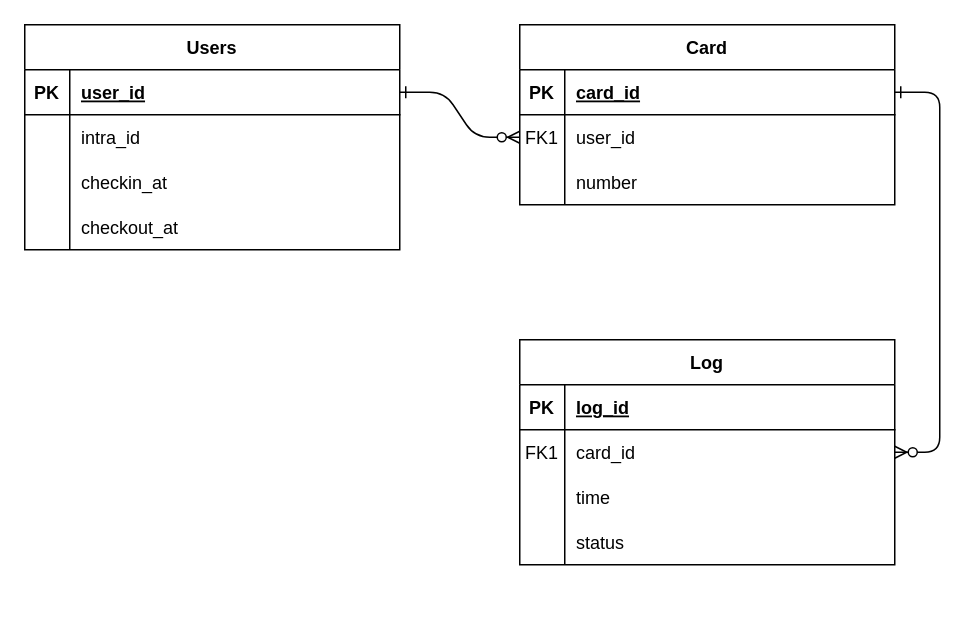
Before: Untitled Diagram.drawio in Feedbaek/toy_project, a draw.io diagram. Source tidied: cells renumbered, new cells numbered last; positions are measured from the earlier drawing's top-left corner, leaving out a move shared by most shapes. Both pictures are drawn from the tidied source at 150%, with x=0, y=0 at pixel (24, 24).
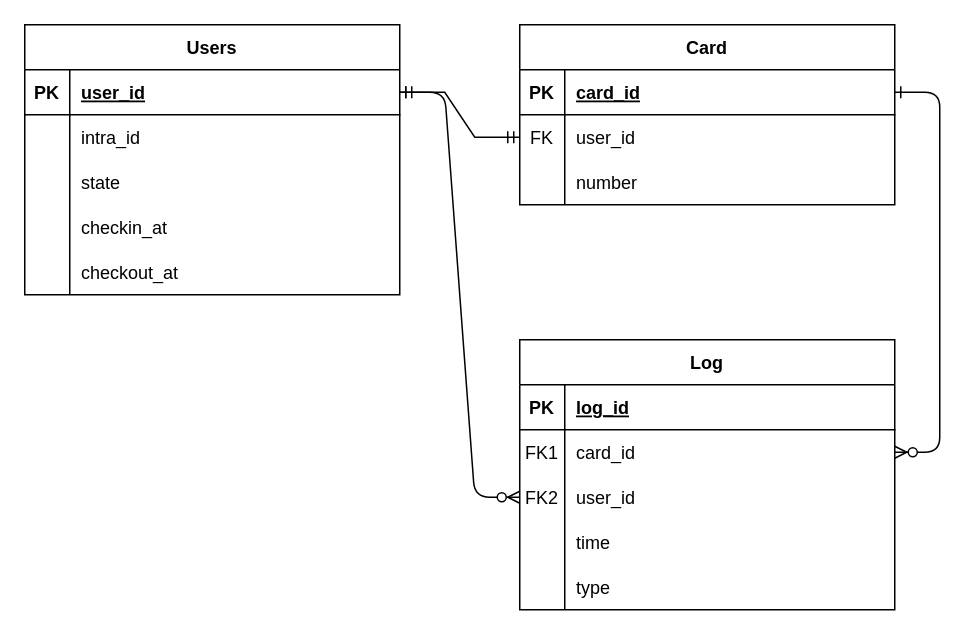
After the change.

Unchanged cells that the change refers to:
```xml
<mxCell id="8" style="shape=partialRectangle;fillColor=none;points=[[0,0.5],[1,0.5]];portConstraint=eastwest;top=0;left=0;right=0;bottom=0;" parent="4" vertex="1">
  <mxGeometry y="60" width="250" height="30" as="geometry" />
</mxCell>
<mxCell id="28" style="shape=partialRectangle;fillColor=none;points=[[0,0.5],[1,0.5]];portConstraint=eastwest;top=0;left=0;right=0;bottom=1;" parent="27" vertex="1">
  <mxGeometry y="30" width="250" height="30" as="geometry" />
</mxCell>
```

Diff of the diagram source:
```diff
@@
-    <mxCell id="2" style="edgeStyle=entityRelationEdgeStyle;endArrow=ERzeroToMany;startArrow=ERone;endFill=1;startFill=0;" parent="1" edge="1" source="28" target="8">
-      <mxGeometry relative="1" as="geometry" />
-    </mxCell>
@@
-    <mxCell id="9" value="FK1" style="shape=partialRectangle;overflow=hidden;fillColor=none;top=0;left=0;bottom=0;right=0;" parent="8" vertex="1">
+    <mxCell id="9" value="FK" style="shape=partialRectangle;overflow=hidden;fillColor=none;top=0;left=0;bottom=0;right=0;" parent="8" vertex="1">
       <mxGeometry width="30" height="30" as="geometry" />
     </mxCell>
@@
     <mxCell id="14" value="Log" style="shape=table;startSize=30;childLayout=tableLayout;rowLines=0;fontStyle=1;align=center;" parent="1" vertex="1">
-      <mxGeometry x="330" y="210" width="250" height="150" as="geometry" />
+      <mxGeometry x="330" y="210" width="250" height="180" as="geometry" />
     </mxCell>
@@
+    <mxCell id="40" style="shape=partialRectangle;fillColor=none;top=0;left=0;bottom=0;right=0;points=[[0,0.5],[1,0.5]];portConstraint=eastwest;strokeColor=default;" parent="14" vertex="1">
+      <mxGeometry y="90" width="250" height="30" as="geometry" />
+    </mxCell>
+    <mxCell id="41" value="FK2" style="shape=partialRectangle;fillColor=none;top=0;left=0;bottom=0;right=0;fontStyle=0;overflow=hidden;strokeColor=default;" parent="40" vertex="1">
+      <mxGeometry width="30" height="30" as="geometry" />
+    </mxCell>
+    <mxCell id="42" value="user_id" style="shape=partialRectangle;fillColor=none;top=0;left=0;bottom=0;right=0;align=left;spacingLeft=6;fontStyle=0;overflow=hidden;strokeColor=default;" parent="40" vertex="1">
+      <mxGeometry x="30" width="220" height="30" as="geometry" />
+    </mxCell>
     <mxCell id="21" style="shape=partialRectangle;fillColor=none;top=0;left=0;right=0;bottom=0;" parent="14" vertex="1">
-      <mxGeometry y="90" width="250" height="30" as="geometry" />
+      <mxGeometry y="120" width="250" height="30" as="geometry" />
     </mxCell>
@@
     <mxCell id="24" style="shape=partialRectangle;fillColor=none;top=0;left=0;bottom=0;right=0;strokeColor=default;" parent="14" vertex="1">
-      <mxGeometry y="120" width="250" height="30" as="geometry" />
+      <mxGeometry y="150" width="250" height="30" as="geometry" />
     </mxCell>
@@
-    <mxCell id="26" value="status" style="shape=partialRectangle;fillColor=none;top=0;left=0;bottom=0;right=0;align=left;spacingLeft=6;overflow=hidden;strokeColor=default;" parent="24" vertex="1">
+    <mxCell id="26" value="type" style="shape=partialRectangle;fillColor=none;top=0;left=0;bottom=0;right=0;align=left;spacingLeft=6;overflow=hidden;strokeColor=default;" parent="24" vertex="1">
       <mxGeometry x="30" width="220" height="30" as="geometry" />
     </mxCell>
     <mxCell id="27" value="Users" style="shape=table;startSize=30;childLayout=tableLayout;rowLines=0;fontStyle=1;align=center;strokeColor=default;" parent="1" vertex="1">
-      <mxGeometry width="250" height="150" as="geometry" />
+      <mxGeometry width="250" height="180" as="geometry" />
     </mxCell>
@@
+    <mxCell id="43" style="shape=partialRectangle;fillColor=none;top=0;left=0;bottom=0;right=0;strokeColor=default;" parent="27" vertex="1">
+      <mxGeometry y="90" width="250" height="30" as="geometry" />
+    </mxCell>
+    <mxCell id="44" style="shape=partialRectangle;fillColor=none;top=0;left=0;bottom=0;right=0;overflow=hidden;strokeColor=default;" parent="43" vertex="1">
+      <mxGeometry width="30" height="30" as="geometry" />
+    </mxCell>
+    <mxCell id="45" value="state" style="shape=partialRectangle;fillColor=none;top=0;left=0;bottom=0;right=0;align=left;spacingLeft=6;overflow=hidden;strokeColor=default;" parent="43" vertex="1">
+      <mxGeometry x="30" width="220" height="30" as="geometry" />
+    </mxCell>
     <mxCell id="34" style="shape=partialRectangle;fillColor=none;top=0;left=0;bottom=0;right=0;strokeColor=default;" parent="27" vertex="1">
-      <mxGeometry y="90" width="250" height="30" as="geometry" />
+      <mxGeometry y="120" width="250" height="30" as="geometry" />
     </mxCell>
@@
     <mxCell id="37" style="shape=partialRectangle;fillColor=none;top=0;left=0;bottom=0;right=0;strokeColor=default;" parent="27" vertex="1">
-      <mxGeometry y="120" width="250" height="30" as="geometry" />
+      <mxGeometry y="150" width="250" height="30" as="geometry" />
     </mxCell>
@@
+    <mxCell id="2" style="edgeStyle=entityRelationEdgeStyle;fontSize=12;html=1;endArrow=ERmandOne;startArrow=ERmandOne;rounded=0;entryX=0;entryY=0.5;entryDx=0;entryDy=0;exitX=1;exitY=0.5;exitDx=0;exitDy=0;" parent="1" edge="1" source="28" target="8">
+      <mxGeometry relative="1" as="geometry" />
+    </mxCell>
+    <mxCell id="46" style="edgeStyle=entityRelationEdgeStyle;endArrow=ERzeroToMany;startArrow=ERone;endFill=1;startFill=0;exitX=1;exitY=0.5;exitDx=0;exitDy=0;entryX=0;entryY=0.5;entryDx=0;entryDy=0;" parent="1" edge="1" source="28" target="40">
+      <mxGeometry relative="1" as="geometry" />
+    </mxCell>
```
